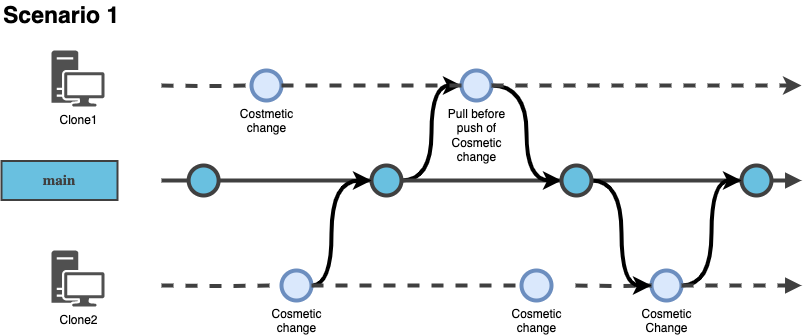
Earlier version of the draw.io export illustrations/Illustration-Scenario-1.png (rvanbruggen/HackoladeGitTestRepo). Source tidied: cells renumbered, new cells last; positions are measured from the earlier drawing's top-left corner, leaving out a move shared by most shapes. Its diagram source:
```xml
<mxGraphModel>
  <root>
    <mxCell id="0" />
    <mxCell id="1" parent="0" />
    <mxCell id="2" style="verticalLabelPosition=bottom;verticalAlign=top;html=1;strokeWidth=4;shape=mxgraph.flowchart.on-page_reference;plain-blue;gradientColor=none;fillColor=#69C0E0;strokeColor=#404040;" parent="1" vertex="1">
      <mxGeometry x="187.1" y="165" width="30" height="30" as="geometry" />
    </mxCell>
    <mxCell id="3" value="main" style="text;html=1;align=center;verticalAlign=middle;whiteSpace=wrap;rounded=0;strokeWidth=2;fontSize=15;fontFamily=Roboto;fontStyle=1;strokeColor=#404040;fontColor=#404040;fillColor=#69C0E0;" parent="1" vertex="1">
      <mxGeometry y="160.5" width="116" height="39" as="geometry" />
    </mxCell>
    <mxCell id="4" style="edgeStyle=orthogonalEdgeStyle;rounded=0;html=1;jettySize=auto;orthogonalLoop=1;strokeWidth=4;endArrow=none;endFill=0;strokeColor=#404040;" parent="1" edge="1">
      <mxGeometry x="162.5" y="181" as="geometry">
        <mxPoint x="160" y="180" as="sourcePoint" />
        <mxPoint x="187.1" y="180" as="targetPoint" />
      </mxGeometry>
    </mxCell>
    <mxCell id="5" style="edgeStyle=orthogonalEdgeStyle;rounded=0;jettySize=auto;html=1;entryX=0;entryY=0.5;entryDx=0;entryDy=0;entryPerimeter=0;curved=1;strokeWidth=4;" parent="1" edge="1" source="6" target="26">
      <mxGeometry relative="1" as="geometry" />
    </mxCell>
    <mxCell id="6" style="verticalLabelPosition=bottom;verticalAlign=top;html=1;strokeWidth=4;shape=mxgraph.flowchart.on-page_reference;plain-blue;gradientColor=none;fillColor=#69C0E0;strokeColor=#404040;" parent="1" vertex="1">
      <mxGeometry x="370" y="165" width="30" height="30" as="geometry" />
    </mxCell>
    <mxCell id="7" style="edgeStyle=orthogonalEdgeStyle;rounded=0;html=1;jettySize=auto;plain-blue;endArrow=none;endFill=0;strokeWidth=4;entryX=0;entryY=0.5;entryDx=0;entryDy=0;entryPerimeter=0;strokeColor=#404040;exitX=1;exitY=0.5;exitDx=0;exitDy=0;exitPerimeter=0;" parent="1" edge="1" source="2" target="6">
      <mxGeometry x="360.5" y="181" as="geometry" />
    </mxCell>
    <mxCell id="8" style="edgeStyle=orthogonalEdgeStyle;rounded=0;html=1;jettySize=auto;plain-blue;endArrow=none;endFill=0;strokeWidth=4;entryX=0;entryY=0.5;entryDx=0;entryDy=0;entryPerimeter=0;strokeColor=#404040;exitX=1;exitY=0.5;exitDx=0;exitDy=0;exitPerimeter=0;" parent="1" edge="1" source="6" target="31">
      <mxGeometry x="370.5" y="191" as="geometry" />
    </mxCell>
    <mxCell id="9" style="verticalLabelPosition=bottom;verticalAlign=top;html=1;strokeWidth=4;shape=mxgraph.flowchart.on-page_reference;plain-blue;gradientColor=none;fillColor=#69C0E0;strokeColor=#404040;" parent="1" vertex="1">
      <mxGeometry x="740" y="165" width="30" height="30" as="geometry" />
    </mxCell>
    <mxCell id="10" style="edgeStyle=orthogonalEdgeStyle;rounded=0;html=1;jettySize=auto;plain-blue;endArrow=none;endFill=0;strokeWidth=4;entryX=0;entryY=0.5;entryDx=0;entryDy=0;entryPerimeter=0;strokeColor=#404040;" parent="1" edge="1" source="31" target="9">
      <mxGeometry x="383.5" y="201" as="geometry" />
    </mxCell>
    <mxCell id="11" style="edgeStyle=orthogonalEdgeStyle;rounded=0;html=1;jettySize=auto;plain-blue;endArrow=block;endFill=1;strokeWidth=4;strokeColor=#404040;exitX=1;exitY=0.5;exitDx=0;exitDy=0;exitPerimeter=0;" parent="1" edge="1" source="9">
      <mxGeometry x="383.5" y="201" as="geometry">
        <mxPoint x="800" y="180" as="targetPoint" />
      </mxGeometry>
    </mxCell>
    <mxCell id="12" value="Scenario 1" style="text;strokeColor=none;align=left;fillColor=none;html=1;verticalAlign=middle;whiteSpace=wrap;rounded=0;fontStyle=1;fontSize=23;" parent="1" vertex="1">
      <mxGeometry width="230" height="30" as="geometry" />
    </mxCell>
    <mxCell id="13" value="Clone1" style="sketch=0;shadow=0;dashed=0;html=1;strokeColor=none;fillColor=#505050;labelPosition=center;verticalLabelPosition=bottom;verticalAlign=top;align=center;shape=mxgraph.office.devices.workstation;" parent="1" vertex="1">
      <mxGeometry x="50" y="50" width="53" height="56" as="geometry" />
    </mxCell>
    <mxCell id="14" value="Clone2" style="sketch=0;shadow=0;dashed=0;html=1;strokeColor=none;fillColor=#505050;labelPosition=center;verticalLabelPosition=bottom;verticalAlign=top;align=center;shape=mxgraph.office.devices.workstation;" parent="1" vertex="1">
      <mxGeometry x="50" y="250" width="53" height="56" as="geometry" />
    </mxCell>
    <mxCell id="15" style="edgeStyle=orthogonalEdgeStyle;rounded=0;jettySize=auto;html=1;curved=1;strokeWidth=4;" parent="1" edge="1" source="16">
      <mxGeometry relative="1" as="geometry">
        <mxPoint x="370" y="180" as="targetPoint" />
        <Array as="points">
          <mxPoint x="330" y="285" />
          <mxPoint x="330" y="180" />
        </Array>
      </mxGeometry>
    </mxCell>
    <mxCell id="16" value="Cosmetic&lt;br&gt;change" style="verticalLabelPosition=bottom;verticalAlign=top;html=1;strokeWidth=4;shape=mxgraph.flowchart.on-page_reference;fillColor=#dae8fc;strokeColor=#6c8ebf;" parent="1" vertex="1">
      <mxGeometry x="280" y="270" width="30" height="30" as="geometry" />
    </mxCell>
    <mxCell id="17" style="edgeStyle=orthogonalEdgeStyle;rounded=0;html=1;jettySize=auto;strokeWidth=4;endArrow=none;endFill=0;strokeColor=#404040;dashed=1;entryX=0;entryY=0.5;entryDx=0;entryDy=0;entryPerimeter=0;" parent="1" edge="1" target="16">
      <mxGeometry x="162.5" y="181" as="geometry">
        <mxPoint x="160" y="285" as="sourcePoint" />
      </mxGeometry>
    </mxCell>
    <mxCell id="18" style="edgeStyle=orthogonalEdgeStyle;rounded=0;html=1;jettySize=auto;plain-blue;endArrow=none;endFill=0;strokeWidth=4;strokeColor=#404040;exitX=1;exitY=0.5;exitDx=0;exitDy=0;exitPerimeter=0;dashed=1;" parent="1" edge="1" source="33">
      <mxGeometry x="360.5" y="181" as="geometry">
        <mxPoint x="540" y="285" as="targetPoint" />
      </mxGeometry>
    </mxCell>
    <mxCell id="19" style="edgeStyle=orthogonalEdgeStyle;rounded=0;jettySize=auto;html=1;entryX=0;entryY=0.5;entryDx=0;entryDy=0;entryPerimeter=0;curved=1;strokeWidth=4;" parent="1" edge="1" source="20" target="9">
      <mxGeometry relative="1" as="geometry" />
    </mxCell>
    <mxCell id="20" value="Cosmetic&lt;br&gt;Change" style="verticalLabelPosition=bottom;verticalAlign=top;html=1;strokeWidth=4;shape=mxgraph.flowchart.on-page_reference;fillColor=#dae8fc;strokeColor=#6c8ebf;" parent="1" vertex="1">
      <mxGeometry x="650" y="270" width="30" height="30" as="geometry" />
    </mxCell>
    <mxCell id="21" style="edgeStyle=orthogonalEdgeStyle;rounded=0;html=1;jettySize=auto;plain-blue;endArrow=none;endFill=0;strokeWidth=4;entryX=0;entryY=0.5;entryDx=0;entryDy=0;entryPerimeter=0;strokeColor=#404040;dashed=1;" parent="1" edge="1" target="20">
      <mxGeometry x="383.5" y="201" as="geometry">
        <mxPoint x="574" y="285" as="sourcePoint" />
      </mxGeometry>
    </mxCell>
    <mxCell id="22" style="edgeStyle=orthogonalEdgeStyle;rounded=0;html=1;jettySize=auto;plain-blue;endArrow=block;endFill=1;strokeWidth=4;strokeColor=#404040;exitX=1;exitY=0.5;exitDx=0;exitDy=0;exitPerimeter=0;dashed=1;" parent="1" edge="1" source="20">
      <mxGeometry x="383.5" y="201" as="geometry">
        <mxPoint x="800" y="285" as="targetPoint" />
      </mxGeometry>
    </mxCell>
    <mxCell id="23" value="Costmetic&lt;br&gt;change" style="verticalLabelPosition=bottom;verticalAlign=top;html=1;strokeWidth=4;shape=mxgraph.flowchart.on-page_reference;fillColor=#dae8fc;strokeColor=#6c8ebf;" parent="1" vertex="1">
      <mxGeometry x="250" y="70" width="30" height="30" as="geometry" />
    </mxCell>
    <mxCell id="24" style="edgeStyle=orthogonalEdgeStyle;rounded=0;html=1;jettySize=auto;strokeWidth=4;endArrow=none;endFill=0;strokeColor=#404040;dashed=1;entryX=0;entryY=0.5;entryDx=0;entryDy=0;entryPerimeter=0;" parent="1" edge="1" target="23">
      <mxGeometry x="162.5" y="181" as="geometry">
        <mxPoint x="160" y="85" as="sourcePoint" />
      </mxGeometry>
    </mxCell>
    <mxCell id="25" style="edgeStyle=orthogonalEdgeStyle;rounded=0;jettySize=auto;html=1;entryX=0;entryY=0.5;entryDx=0;entryDy=0;entryPerimeter=0;curved=1;strokeWidth=4;" parent="1" edge="1" source="26" target="31">
      <mxGeometry relative="1" as="geometry" />
    </mxCell>
    <mxCell id="26" value="Pull before &lt;br&gt;push of &lt;br&gt;Cosmetic &lt;br&gt;change" style="verticalLabelPosition=bottom;verticalAlign=top;html=1;strokeWidth=4;shape=mxgraph.flowchart.on-page_reference;fillColor=#dae8fc;strokeColor=#6c8ebf;" parent="1" vertex="1">
      <mxGeometry x="460" y="70" width="30" height="30" as="geometry" />
    </mxCell>
    <mxCell id="27" style="edgeStyle=orthogonalEdgeStyle;rounded=0;html=1;jettySize=auto;plain-blue;endArrow=none;endFill=0;strokeWidth=4;entryX=0;entryY=0.5;entryDx=0;entryDy=0;entryPerimeter=0;strokeColor=#404040;exitX=1;exitY=0.5;exitDx=0;exitDy=0;exitPerimeter=0;dashed=1;" parent="1" edge="1" source="23" target="26">
      <mxGeometry x="360.5" y="181" as="geometry" />
    </mxCell>
    <mxCell id="28" style="edgeStyle=orthogonalEdgeStyle;rounded=0;html=1;jettySize=auto;plain-blue;endArrow=classic;endFill=1;strokeWidth=4;strokeColor=#404040;exitX=1;exitY=0.5;exitDx=0;exitDy=0;exitPerimeter=0;dashed=1;" parent="1" edge="1" source="26">
      <mxGeometry x="370.5" y="191" as="geometry">
        <mxPoint x="800" y="85" as="targetPoint" />
      </mxGeometry>
    </mxCell>
    <mxCell id="29" style="edgeStyle=orthogonalEdgeStyle;rounded=0;html=1;jettySize=auto;plain-blue;endArrow=none;endFill=0;strokeWidth=4;entryX=0;entryY=0.5;entryDx=0;entryDy=0;entryPerimeter=0;strokeColor=#404040;" parent="1" edge="1" target="31">
      <mxGeometry x="383.5" y="201" as="geometry">
        <mxPoint x="574" y="180" as="sourcePoint" />
      </mxGeometry>
    </mxCell>
    <mxCell id="30" style="edgeStyle=orthogonalEdgeStyle;rounded=0;jettySize=auto;html=1;entryX=0;entryY=0.5;entryDx=0;entryDy=0;entryPerimeter=0;curved=1;strokeWidth=4;" parent="1" edge="1" source="31" target="20">
      <mxGeometry relative="1" as="geometry" />
    </mxCell>
    <mxCell id="31" style="verticalLabelPosition=bottom;verticalAlign=top;html=1;strokeWidth=4;shape=mxgraph.flowchart.on-page_reference;plain-blue;gradientColor=none;fillColor=#69C0E0;strokeColor=#404040;" parent="1" vertex="1">
      <mxGeometry x="560" y="165" width="30" height="30" as="geometry" />
    </mxCell>
    <mxCell id="32" style="edgeStyle=orthogonalEdgeStyle;rounded=0;html=1;jettySize=auto;plain-blue;endArrow=none;endFill=0;strokeWidth=4;strokeColor=#404040;exitX=1;exitY=0.5;exitDx=0;exitDy=0;exitPerimeter=0;dashed=1;" parent="1" edge="1" source="16" target="33">
      <mxGeometry x="360.5" y="181" as="geometry" />
    </mxCell>
    <mxCell id="33" value="Cosmetic&lt;br&gt;change" style="verticalLabelPosition=bottom;verticalAlign=top;html=1;strokeWidth=4;shape=mxgraph.flowchart.on-page_reference;fillColor=#dae8fc;strokeColor=#6c8ebf;" parent="1" vertex="1">
      <mxGeometry x="520" y="270" width="30" height="30" as="geometry" />
    </mxCell>
  </root>
</mxGraphModel>
```
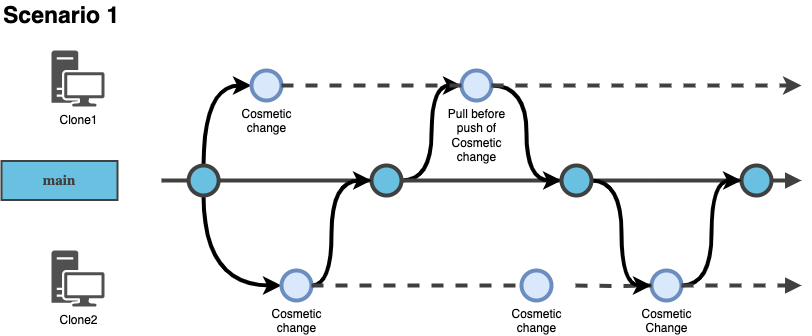
The same diagram one commit later.

What changed in the source:
```diff
@@ -2,6 +2,12 @@
   <root>
     <mxCell id="0" />
     <mxCell id="1" parent="0" />
+    <mxCell id="34" style="edgeStyle=orthogonalEdgeStyle;rounded=0;jettySize=auto;html=1;entryX=0;entryY=0.5;entryDx=0;entryDy=0;entryPerimeter=0;curved=1;exitX=0.5;exitY=0;exitDx=0;exitDy=0;exitPerimeter=0;strokeWidth=4;" parent="1" edge="1" source="2" target="23">
+      <mxGeometry relative="1" as="geometry" />
+    </mxCell>
+    <mxCell id="35" style="edgeStyle=orthogonalEdgeStyle;rounded=0;jettySize=auto;html=1;exitX=0.5;exitY=1;exitDx=0;exitDy=0;exitPerimeter=0;entryX=0;entryY=0.5;entryDx=0;entryDy=0;entryPerimeter=0;curved=1;strokeWidth=4;" parent="1" edge="1" source="2" target="16">
+      <mxGeometry relative="1" as="geometry" />
+    </mxCell>
     <mxCell id="2" style="verticalLabelPosition=bottom;verticalAlign=top;html=1;strokeWidth=4;shape=mxgraph.flowchart.on-page_reference;plain-blue;gradientColor=none;fillColor=#69C0E0;strokeColor=#404040;" parent="1" vertex="1">
       <mxGeometry x="187.1" y="165" width="30" height="30" as="geometry" />
     </mxCell>
@@ -58,11 +64,6 @@
     <mxCell id="16" value="Cosmetic&lt;br&gt;change" style="verticalLabelPosition=bottom;verticalAlign=top;html=1;strokeWidth=4;shape=mxgraph.flowchart.on-page_reference;fillColor=#dae8fc;strokeColor=#6c8ebf;" parent="1" vertex="1">
       <mxGeometry x="280" y="270" width="30" height="30" as="geometry" />
     </mxCell>
-    <mxCell id="17" style="edgeStyle=orthogonalEdgeStyle;rounded=0;html=1;jettySize=auto;strokeWidth=4;endArrow=none;endFill=0;strokeColor=#404040;dashed=1;entryX=0;entryY=0.5;entryDx=0;entryDy=0;entryPerimeter=0;" parent="1" edge="1" target="16">
-      <mxGeometry x="162.5" y="181" as="geometry">
-        <mxPoint x="160" y="285" as="sourcePoint" />
-      </mxGeometry>
-    </mxCell>
     <mxCell id="18" style="edgeStyle=orthogonalEdgeStyle;rounded=0;html=1;jettySize=auto;plain-blue;endArrow=none;endFill=0;strokeWidth=4;strokeColor=#404040;exitX=1;exitY=0.5;exitDx=0;exitDy=0;exitPerimeter=0;dashed=1;" parent="1" edge="1" source="33">
       <mxGeometry x="360.5" y="181" as="geometry">
         <mxPoint x="540" y="285" as="targetPoint" />
@@ -84,14 +85,9 @@
         <mxPoint x="800" y="285" as="targetPoint" />
       </mxGeometry>
     </mxCell>
-    <mxCell id="23" value="Costmetic&lt;br&gt;change" style="verticalLabelPosition=bottom;verticalAlign=top;html=1;strokeWidth=4;shape=mxgraph.flowchart.on-page_reference;fillColor=#dae8fc;strokeColor=#6c8ebf;" parent="1" vertex="1">
+    <mxCell id="23" value="Cosmetic&lt;br&gt;change" style="verticalLabelPosition=bottom;verticalAlign=top;html=1;strokeWidth=4;shape=mxgraph.flowchart.on-page_reference;fillColor=#dae8fc;strokeColor=#6c8ebf;" parent="1" vertex="1">
       <mxGeometry x="250" y="70" width="30" height="30" as="geometry" />
     </mxCell>
-    <mxCell id="24" style="edgeStyle=orthogonalEdgeStyle;rounded=0;html=1;jettySize=auto;strokeWidth=4;endArrow=none;endFill=0;strokeColor=#404040;dashed=1;entryX=0;entryY=0.5;entryDx=0;entryDy=0;entryPerimeter=0;" parent="1" edge="1" target="23">
-      <mxGeometry x="162.5" y="181" as="geometry">
-        <mxPoint x="160" y="85" as="sourcePoint" />
-      </mxGeometry>
-    </mxCell>
     <mxCell id="25" style="edgeStyle=orthogonalEdgeStyle;rounded=0;jettySize=auto;html=1;entryX=0;entryY=0.5;entryDx=0;entryDy=0;entryPerimeter=0;curved=1;strokeWidth=4;" parent="1" edge="1" source="26" target="31">
       <mxGeometry relative="1" as="geometry" />
     </mxCell>
```
